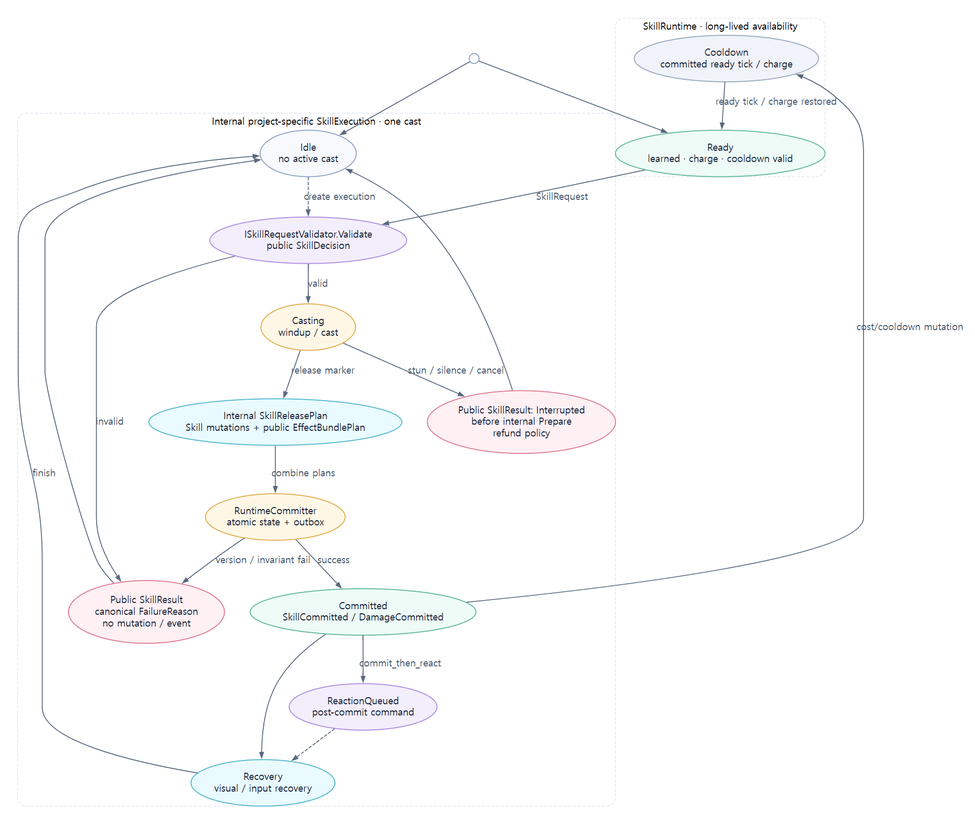
Before: assets/diagrams/18_skill_lifecycle_state_diagram.png, a diagram exported from Graphviz (JY-LemongO/game-system-framework-knowledge-site). Its source is kept beside it as source/diagrams/18_skill_lifecycle_state_diagram.dot.
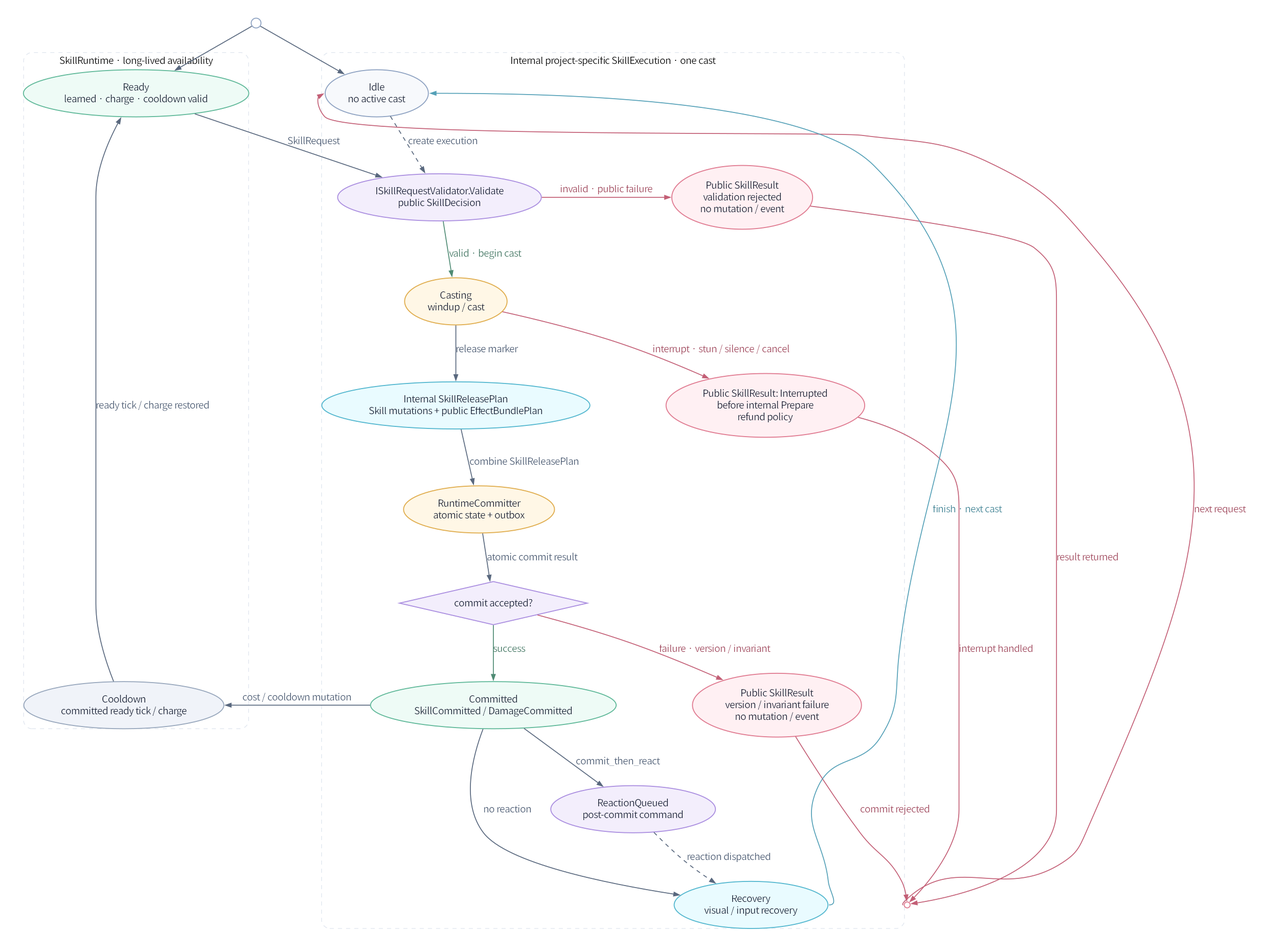
The same file after the commit.

What changed in the source:
```diff
@@ -1,46 +1,66 @@
 digraph G {
-  graph [fontname="Noto Sans CJK KR", bgcolor="#ffffff", margin=0.12, pad=0.25, ranksep=0.58, nodesep=0.52];
-  node [fontname="Noto Sans CJK KR", shape=ellipse, style="filled", color="#8fa3c2", penwidth=1.4, fillcolor="#ffffff", fontcolor="#182033", margin="0.16,0.10"];
-  edge [fontname="Noto Sans CJK KR", color="#59687e", fontcolor="#46566e", arrowsize=0.8, penwidth=1.3];
+  graph [fontname="Noto Sans KR", bgcolor="#ffffff", margin=0.12, pad=0.25, ranksep=0.74, nodesep=0.78, newrank=true, splines=spline];
+  node [fontname="Noto Sans KR", shape=ellipse, style="filled", color="#8fa3c2", penwidth=1.4, fillcolor="#ffffff", fontcolor="#182033", margin="0.16,0.10"];
+  edge [fontname="Noto Sans KR", color="#59687e", fontcolor="#46566e", arrowsize=0.8, penwidth=1.3];
   rankdir=TB;
 
   Start [shape=point, width=0.20, label=""];
+  FailureReturn [shape=point, width=0.12, label="", color="#e07b91"];
+
   subgraph cluster_availability {
     label="SkillRuntime · long-lived availability"; color="#dfe5ee"; style="rounded,dashed";
     Ready [fillcolor="#eefbf6", color="#61b99a", label="Ready\nlearned · charge · cooldown valid"];
     Cooldown [fillcolor="#f0f3f9", color="#99a8bd", label="Cooldown\ncommitted ready tick / charge"];
   }
+
   subgraph cluster_execution {
     label="Internal project-specific SkillExecution · one cast"; color="#dfe5ee"; style="rounded,dashed";
     Idle [fillcolor="#f7f9fc", label="Idle\nno active cast"];
     Validating [fillcolor="#f3eefc", color="#ab8fe0", label="ISkillRequestValidator.Validate\npublic SkillDecision"];
+    ValidationRejected [fillcolor="#fff0f3", color="#e07b91", label="Public SkillResult\nvalidation rejected\nno mutation / event"];
     Casting [fillcolor="#fff7e6", color="#e0ad4e", label="Casting\nwindup / cast"];
+    Interrupted [fillcolor="#fff0f3", color="#e07b91", label="Public SkillResult: Interrupted\nbefore internal Prepare\nrefund policy"];
     Preparing [fillcolor="#e9fbff", color="#54b7cf", label="Internal SkillReleasePlan\nSkill mutations + public EffectBundlePlan"];
     Committing [fillcolor="#fff7e6", color="#e0ad4e", label="RuntimeCommitter\natomic state + outbox"];
+    CommitOutcome [shape=diamond, fillcolor="#f3eefc", color="#ab8fe0", label="commit accepted?"];
+    CommitRejected [fillcolor="#fff0f3", color="#e07b91", label="Public SkillResult\nversion / invariant failure\nno mutation / event"];
     Committed [fillcolor="#eefbf6", color="#61b99a", label="Committed\nSkillCommitted / DamageCommitted"];
     ReactionQueued [fillcolor="#f3eefc", color="#ab8fe0", label="ReactionQueued\npost-commit command"];
     Recovery [fillcolor="#e9fbff", color="#54b7cf", label="Recovery\nvisual / input recovery"];
-    Rejected [fillcolor="#fff0f3", color="#e07b91", label="Public SkillResult\ncanonical FailureReason\nno mutation / event"];
-    Interrupted [fillcolor="#fff0f3", color="#e07b91", label="Public SkillResult: Interrupted\nbefore internal Prepare\nrefund policy"];
   }
 
+  { rank=same; Idle; Ready; }
+  { rank=same; ValidationRejected; Validating; }
+  { rank=same; Interrupted; Preparing; }
+  { rank=same; CommitRejected; Committed; Cooldown; }
+  { rank=same; FailureReturn; Recovery; }
+
+  Ready -> Idle [style=invis, weight=20];
+  Preparing -> Interrupted [style=invis, weight=20];
+  Cooldown -> Committed -> CommitRejected [style=invis, weight=20];
+  Recovery -> FailureReturn [style=invis, weight=20];
+
+  Start -> Idle;
   Start -> Ready;
-  Start -> Idle;
+  Idle -> Validating [style=dashed, label="create execution"];
   Ready -> Validating [label="SkillRequest"];
-  Idle -> Validating [style=dashed, label="create execution"];
-  Validating -> Casting [label="valid"];
-  Validating -> Rejected [label="invalid"];
+  Validating -> Casting [label="valid · begin cast", color="#4f8b74", fontcolor="#3f735f"];
+  Validating -> ValidationRejected [weight=20, label="invalid · public failure", color="#c35f76", fontcolor="#9d4358"];
   Casting -> Preparing [label="release marker"];
-  Casting -> Interrupted [label="stun / silence / cancel"];
-  Preparing -> Committing [label="combine plans"];
-  Committing -> Committed [label="success"];
-  Committing -> Rejected [label="version / invariant fail"];
-  Committed -> Cooldown [label="cost/cooldown mutation"];
+  Casting -> Interrupted [label="interrupt · stun / silence / cancel", color="#c35f76", fontcolor="#9d4358"];
+  Preparing -> Committing [label="combine SkillReleasePlan"];
+  Committing -> CommitOutcome [label="atomic commit result"];
+  CommitOutcome -> Committed [label="success", color="#4f8b74", fontcolor="#3f735f"];
+  CommitOutcome -> CommitRejected [label="failure · version / invariant", color="#c35f76", fontcolor="#9d4358"];
+  Committed -> Cooldown [label="cost / cooldown mutation"];
   Committed -> ReactionQueued [label="commit_then_react"];
-  Committed -> Recovery;
-  ReactionQueued -> Recovery [style=dashed];
-  Recovery -> Idle [label="finish"];
-  Rejected -> Idle;
-  Interrupted -> Idle;
+  Committed -> Recovery [label="no reaction"];
+  ReactionQueued -> Recovery [style=dashed, label="reaction dispatched"];
   Cooldown -> Ready [label="ready tick / charge restored"];
+
+  ValidationRejected -> FailureReturn [label="result returned", color="#c35f76", fontcolor="#9d4358"];
+  Interrupted -> FailureReturn [label="interrupt handled", color="#c35f76", fontcolor="#9d4358"];
+  CommitRejected -> FailureReturn [label="commit rejected", color="#c35f76", fontcolor="#9d4358"];
+  FailureReturn -> Idle [constraint=false, minlen=5, tailport=w, headport=w, label="next request", color="#c35f76", fontcolor="#9d4358"];
+  Recovery -> Idle [constraint=false, minlen=6, tailport=e, headport=e, label="finish · next cast", color="#54a0b7", fontcolor="#3b7f91"];
 }
```
